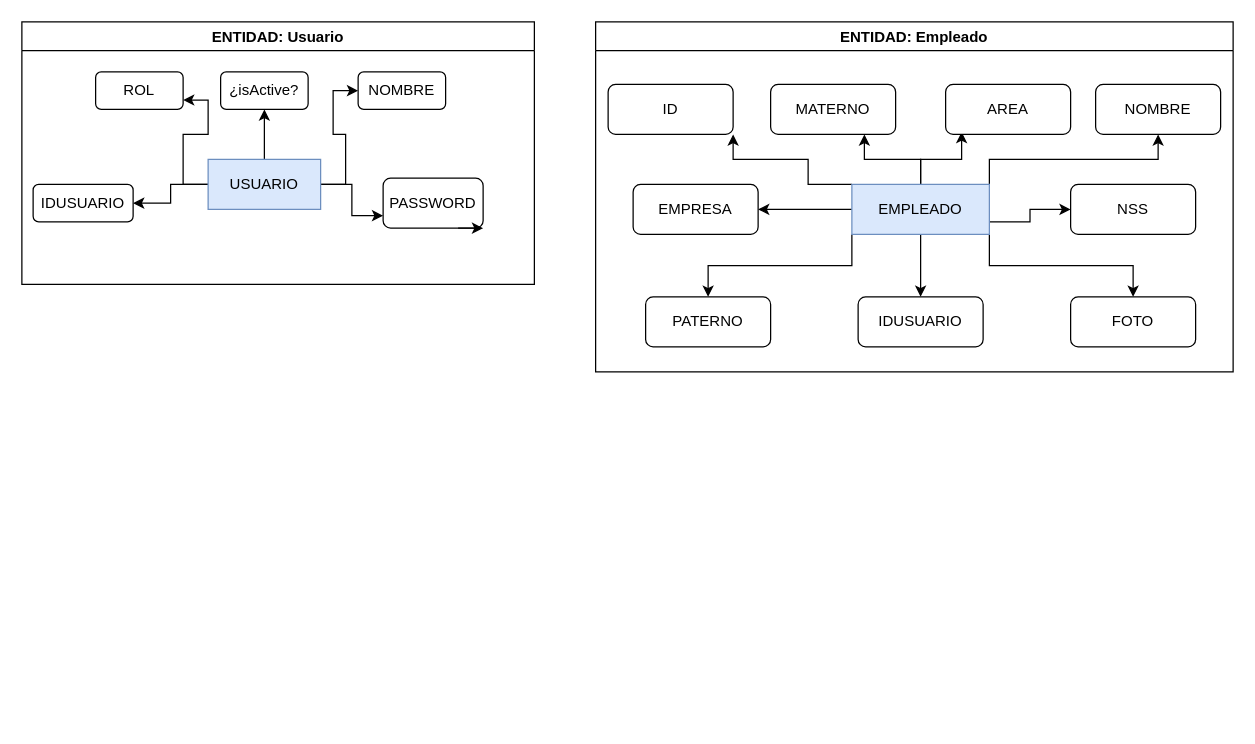
This is Diagrama sin título.drawio from kaleb-miranda/DisenoDbMonitoreo, a draw.io file, before an edit. Source tidied: cells renumbered, new cells numbered last; positions are measured from the earlier drawing's top-left corner, leaving out a move shared by most shapes. Both pictures are drawn from the tidied source at 125%, with x=0, y=0 at pixel (21, 21).
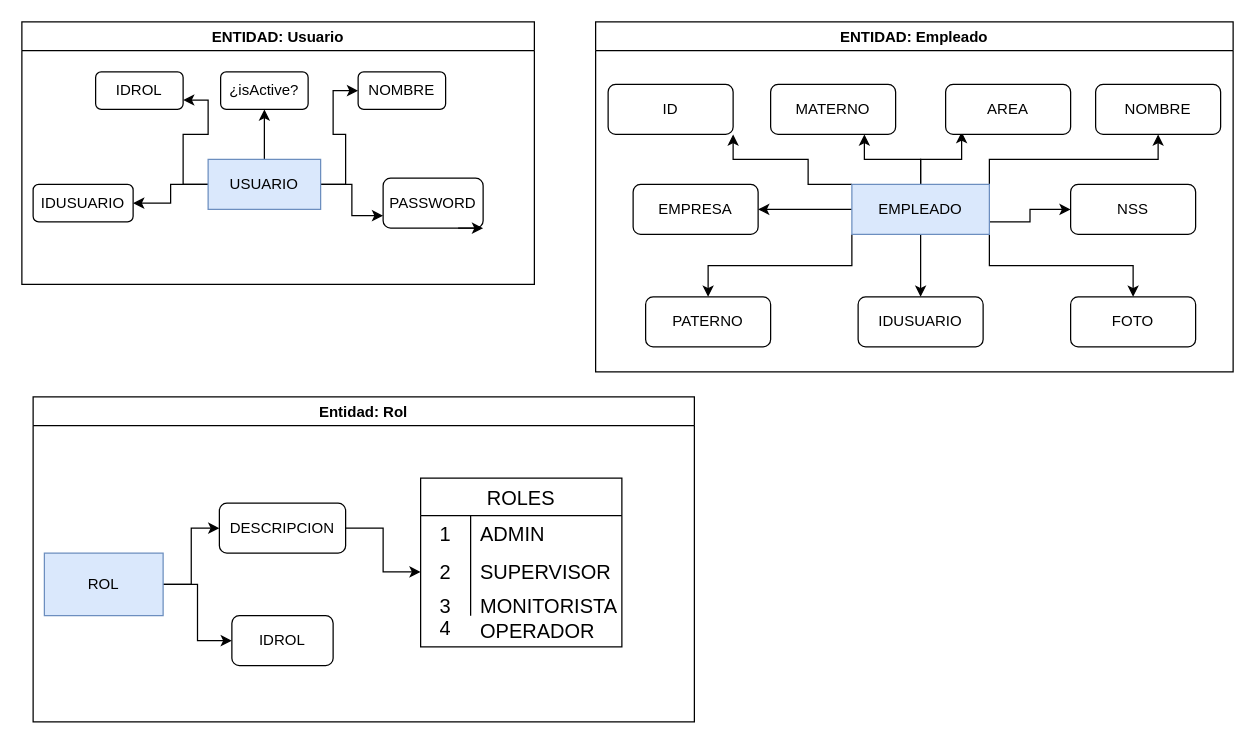
The same diagram, later.

The edit, as a diff of the source:
```diff
@@
-    <mxCell id="9" value="ROL" style="rounded=1;whiteSpace=wrap;html=1;" parent="1" vertex="1">
+    <mxCell id="9" value="IDROL" style="rounded=1;whiteSpace=wrap;html=1;" parent="1" vertex="1">
       <mxGeometry x="59" y="40" width="70" height="30" as="geometry" />
     </mxCell>
@@
+    <mxCell id="35" value="Entidad: Rol" style="swimlane;" parent="1" vertex="1">
+      <mxGeometry x="9" y="300" width="529" height="260" as="geometry" />
+    </mxCell>
+    <mxCell id="36" style="edgeStyle=orthogonalEdgeStyle;rounded=0;jettySize=auto;html=1;exitX=1;exitY=0.5;exitDx=0;exitDy=0;entryX=0;entryY=0.5;entryDx=0;entryDy=0;" parent="35" edge="1" source="38" target="41">
+      <mxGeometry relative="1" as="geometry" />
+    </mxCell>
+    <mxCell id="37" style="edgeStyle=orthogonalEdgeStyle;rounded=0;jettySize=auto;html=1;exitX=1;exitY=0.5;exitDx=0;exitDy=0;entryX=0;entryY=0.5;entryDx=0;entryDy=0;" parent="35" edge="1" source="38" target="39">
+      <mxGeometry relative="1" as="geometry" />
+    </mxCell>
+    <mxCell id="38" value="ROL" style="rounded=0;whiteSpace=wrap;html=1;fillColor=#dae8fc;strokeColor=#6c8ebf;" parent="35" vertex="1">
+      <mxGeometry x="9" y="125" width="95" height="50" as="geometry" />
+    </mxCell>
+    <mxCell id="39" value="IDROL" style="rounded=1;whiteSpace=wrap;html=1;" parent="35" vertex="1">
+      <mxGeometry x="159" y="175" width="81" height="40" as="geometry" />
+    </mxCell>
+    <mxCell id="40" style="edgeStyle=orthogonalEdgeStyle;rounded=0;jettySize=auto;html=1;exitX=1;exitY=0.5;exitDx=0;exitDy=0;entryX=0;entryY=0.5;entryDx=0;entryDy=0;" parent="35" edge="1" source="41" target="46">
+      <mxGeometry relative="1" as="geometry" />
+    </mxCell>
+    <mxCell id="41" value="DESCRIPCION" style="rounded=1;whiteSpace=wrap;html=1;" parent="35" vertex="1">
+      <mxGeometry x="149" y="85" width="101" height="40" as="geometry" />
+    </mxCell>
+    <mxCell id="42" value="ROLES" style="shape=table;startSize=30;childLayout=tableLayout;rowLines=0;fontStyle=0;strokeColor=default;fontSize=16;" parent="35" vertex="1">
+      <mxGeometry x="310" y="65" width="161" height="135" as="geometry" />
+    </mxCell>
+    <mxCell id="43" style="shape=tableRow;horizontal=0;startSize=0;swimlaneHead=0;swimlaneBody=0;top=0;left=0;bottom=0;right=0;fillColor=none;strokeColor=inherit;fontSize=16;" parent="42" vertex="1">
+      <mxGeometry y="30" width="161" height="30" as="geometry" />
+    </mxCell>
+    <mxCell id="44" value="1" style="shape=partialRectangle;html=1;whiteSpace=wrap;fillColor=none;top=0;left=0;bottom=0;right=0;overflow=hidden;strokeColor=inherit;fontSize=16;" parent="43" vertex="1">
+      <mxGeometry width="40" height="30" as="geometry" />
+    </mxCell>
+    <mxCell id="45" value="ADMIN" style="shape=partialRectangle;html=1;whiteSpace=wrap;fillColor=none;top=0;left=0;bottom=0;right=0;align=left;spacingLeft=6;overflow=hidden;strokeColor=inherit;fontSize=16;" parent="43" vertex="1">
+      <mxGeometry x="40" width="121" height="30" as="geometry" />
+    </mxCell>
+    <mxCell id="46" style="shape=tableRow;horizontal=0;startSize=0;swimlaneHead=0;swimlaneBody=0;top=0;left=0;bottom=0;right=0;fillColor=none;points=[[0,0.5],[1,0.5]];portConstraint=eastwest;strokeColor=inherit;fontSize=16;" parent="42" vertex="1">
+      <mxGeometry y="60" width="161" height="30" as="geometry" />
+    </mxCell>
+    <mxCell id="47" value="2" style="shape=partialRectangle;html=1;whiteSpace=wrap;fillColor=none;top=0;left=0;bottom=0;right=0;overflow=hidden;strokeColor=inherit;fontSize=16;" parent="46" vertex="1">
+      <mxGeometry width="40" height="30" as="geometry" />
+    </mxCell>
+    <mxCell id="48" value="SUPERVISOR" style="shape=partialRectangle;html=1;whiteSpace=wrap;fillColor=none;top=0;left=0;bottom=0;right=0;align=left;spacingLeft=6;overflow=hidden;strokeColor=inherit;fontSize=16;" parent="46" vertex="1">
+      <mxGeometry x="40" width="121" height="30" as="geometry" />
+    </mxCell>
+    <mxCell id="49" style="shape=tableRow;horizontal=0;startSize=0;swimlaneHead=0;swimlaneBody=0;top=0;left=0;bottom=0;right=0;fillColor=none;strokeColor=inherit;fontSize=16;" parent="42" vertex="1">
+      <mxGeometry y="90" width="161" height="20" as="geometry" />
+    </mxCell>
+    <mxCell id="50" value="3" style="shape=partialRectangle;html=1;whiteSpace=wrap;fillColor=none;top=0;left=0;bottom=0;right=0;overflow=hidden;strokeColor=inherit;fontSize=16;" parent="49" vertex="1">
+      <mxGeometry width="40" height="20" as="geometry" />
+    </mxCell>
+    <mxCell id="51" value="MONITORISTA" style="shape=partialRectangle;html=1;whiteSpace=wrap;fillColor=none;top=0;left=0;bottom=0;right=0;align=left;spacingLeft=6;overflow=hidden;strokeColor=inherit;fontSize=16;" parent="49" vertex="1">
+      <mxGeometry x="40" width="121" height="20" as="geometry" />
+    </mxCell>
+    <mxCell id="52" value="4" style="shape=partialRectangle;html=1;whiteSpace=wrap;fillColor=none;top=0;left=0;bottom=0;right=0;overflow=hidden;strokeColor=inherit;fontSize=16;" parent="35" vertex="1">
+      <mxGeometry x="310" y="170" width="40" height="30" as="geometry" />
+    </mxCell>
+    <mxCell id="53" value="OPERADOR" style="shape=partialRectangle;html=1;whiteSpace=wrap;fillColor=none;top=0;left=0;bottom=0;right=0;align=left;spacingLeft=6;overflow=hidden;strokeColor=inherit;fontSize=16;" parent="35" vertex="1">
+      <mxGeometry x="350" y="175" width="121" height="20" as="geometry" />
+    </mxCell>
```
